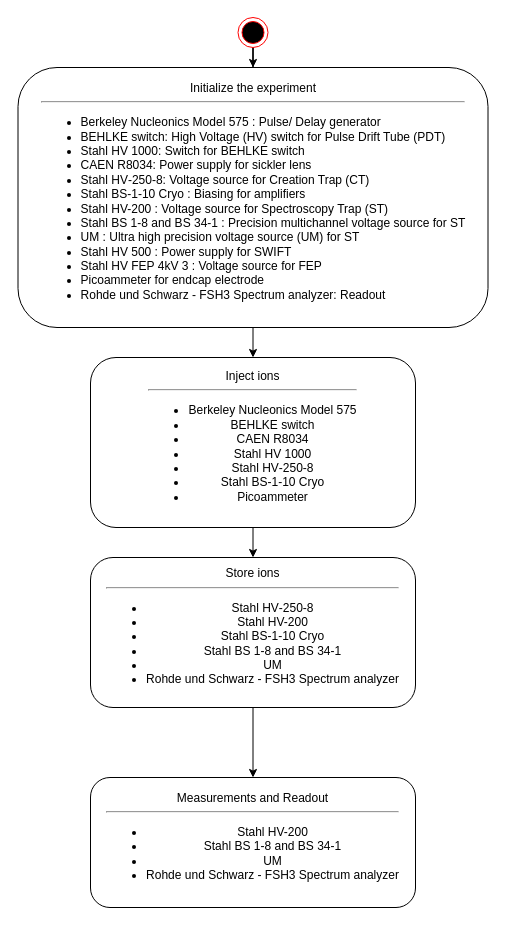
This is flowchart_main.drawio from admin-ARTEMIS/ARTEMIS, a draw.io file, before an edit. Source tidied: cells renumbered, new cells numbered last; positions are measured from the earlier drawing's top-left corner, leaving out a move shared by most shapes. Both pictures are drawn from the tidied source at 100%, with x=0, y=0 at pixel (17, 17).
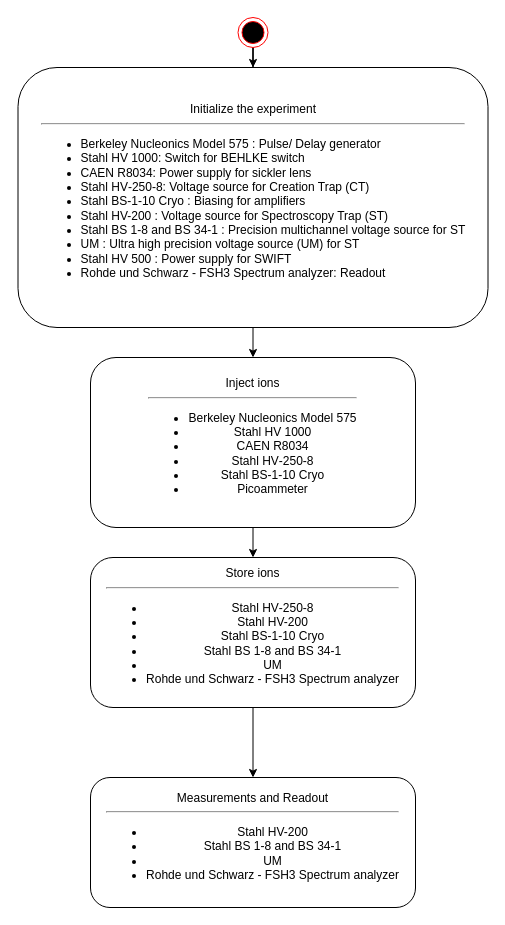
The same diagram, later.

Commit message:
removed the devices not at gsi currently (BEHLKE switch)

The edit, as a diff of the source:
```diff
@@
 <mxGraphModel>
   <root>
     <mxCell id="0" />
     <mxCell id="1" parent="0" />
     <mxCell id="2" style="edgeStyle=orthogonalEdgeStyle;rounded=0;jettySize=auto;html=1;exitX=0.5;exitY=1;exitDx=0;exitDy=0;entryX=0.5;entryY=0;entryDx=0;entryDy=0;" parent="1" edge="1" source="3" target="7">
       <mxGeometry relative="1" as="geometry" />
     </mxCell>
-    <mxCell id="3" value="&lt;div&gt;Initialize the experiment&lt;/div&gt;&lt;div&gt;&lt;hr&gt;&lt;ul&gt;&lt;li style=&quot;text-align: left;&quot;&gt;&lt;span style=&quot;background-color: transparent;&quot;&gt;Berkeley Nucleonics Model 575 : Pulse/ Delay generator&lt;/span&gt;&lt;/li&gt;&lt;li style=&quot;text-align: left;&quot;&gt;BEHLKE switch: High Voltage (HV) switch for Pulse Drift Tube (PDT)&lt;/li&gt;&lt;li style=&quot;text-align: left;&quot;&gt;&lt;span style=&quot;background-color: transparent;&quot;&gt;Stahl HV 1000:&amp;nbsp;&lt;/span&gt;Switch for BEHLKE switch&lt;/li&gt;&lt;li style=&quot;text-align: left;&quot;&gt;CAEN R8034: Power supply for sickler lens&lt;/li&gt;&lt;li style=&quot;text-align: left;&quot;&gt;&lt;span style=&quot;background-color: transparent; color: light-dark(rgb(0, 0, 0), rgb(255, 255, 255));&quot;&gt;Stahl HV‐250‐8: Voltage source for Creation Trap (CT)&lt;/span&gt;&lt;/li&gt;&lt;li style=&quot;text-align: left;&quot;&gt;Stahl BS-1-10 Cryo :&amp;nbsp;Biasing for amplifiers&lt;/li&gt;&lt;span style=&quot;background-color: transparent;&quot;&gt;&lt;/span&gt;&lt;li style=&quot;text-align: left;&quot;&gt;Stahl HV-200 : Voltage source for Spectroscopy Trap (ST)&lt;/li&gt;&lt;li style=&quot;text-align: left;&quot;&gt;Stahl BS 1-8 and BS 34-1 :&amp;nbsp;Precision multichannel voltage source for ST&lt;/li&gt;&lt;li style=&quot;text-align: left;&quot;&gt;UM : Ultra high precision voltage source (UM) for ST&lt;/li&gt;&lt;li style=&quot;text-align: left;&quot;&gt;Stahl HV 500 :&amp;nbsp;Power supply for SWIFT&lt;/li&gt;&lt;li style=&quot;text-align: left;&quot;&gt;&lt;span style=&quot;background-color: transparent; color: light-dark(rgb(0, 0, 0), rgb(255, 255, 255));&quot;&gt;Stahl HV FEP 4kV 3 :&amp;nbsp;&lt;/span&gt;Voltage source for FEP&lt;/li&gt;&lt;li style=&quot;text-align: left;&quot;&gt;Picoammeter for endcap electrode&lt;/li&gt;&lt;li style=&quot;text-align: left;&quot;&gt;Rohde und Schwarz - FSH3 Spectrum analyzer: Readout&lt;br&gt;&lt;/li&gt;&lt;/ul&gt;&lt;/div&gt;" style="rounded=1;whiteSpace=wrap;html=1;" parent="1" vertex="1">
+    <mxCell id="3" value="&lt;div&gt;Initialize the experiment&lt;/div&gt;&lt;div&gt;&lt;hr&gt;&lt;ul&gt;&lt;li style=&quot;text-align: left;&quot;&gt;&lt;span style=&quot;background-color: transparent;&quot;&gt;Berkeley Nucleonics Model 575 : Pulse/ Delay generator&lt;/span&gt;&lt;/li&gt;&lt;li style=&quot;text-align: left;&quot;&gt;&lt;span style=&quot;background-color: transparent;&quot;&gt;Stahl HV 1000: Switch for BEHLKE switch&lt;/span&gt;&lt;/li&gt;&lt;li style=&quot;text-align: left;&quot;&gt;&lt;span style=&quot;background-color: transparent; color: light-dark(rgb(0, 0, 0), rgb(255, 255, 255));&quot;&gt;CAEN R8034: Power supply for sickler lens&lt;/span&gt;&lt;/li&gt;&lt;li style=&quot;text-align: left;&quot;&gt;&lt;span style=&quot;background-color: transparent; color: light-dark(rgb(0, 0, 0), rgb(255, 255, 255));&quot;&gt;Stahl HV‐250‐8: Voltage source for Creation Trap (CT)&lt;/span&gt;&lt;/li&gt;&lt;li style=&quot;text-align: left;&quot;&gt;Stahl BS-1-10 Cryo :&amp;nbsp;Biasing for amplifiers&lt;/li&gt;&lt;span style=&quot;background-color: transparent;&quot;&gt;&lt;/span&gt;&lt;li style=&quot;text-align: left;&quot;&gt;Stahl HV-200 : Voltage source for Spectroscopy Trap (ST)&lt;/li&gt;&lt;li style=&quot;text-align: left;&quot;&gt;Stahl BS 1-8 and BS 34-1 :&amp;nbsp;Precision multichannel voltage source for ST&lt;/li&gt;&lt;li style=&quot;text-align: left;&quot;&gt;UM : Ultra high precision voltage source (UM) for ST&lt;/li&gt;&lt;li style=&quot;text-align: left;&quot;&gt;Stahl HV 500 :&amp;nbsp;Power supply for SWIFT&lt;/li&gt;&lt;li style=&quot;text-align: left;&quot;&gt;&lt;span style=&quot;background-color: transparent; color: light-dark(rgb(0, 0, 0), rgb(255, 255, 255));&quot;&gt;Rohde und Schwarz - FSH3 Spectrum analyzer: Readout&lt;/span&gt;&lt;/li&gt;&lt;/ul&gt;&lt;/div&gt;" style="rounded=1;whiteSpace=wrap;html=1;" parent="1" vertex="1">
       <mxGeometry x="0.5" y="50" width="470" height="260" as="geometry" />
     </mxCell>
     <mxCell id="4" style="edgeStyle=orthogonalEdgeStyle;rounded=0;jettySize=auto;html=1;" parent="1" edge="1" source="5" target="3">
       <mxGeometry relative="1" as="geometry" />
     </mxCell>
     <mxCell id="5" style="ellipse;html=1;shape=endState;fillColor=#000000;strokeColor=#ff0000;" parent="1" vertex="1">
       <mxGeometry x="220.5" width="30" height="30" as="geometry" />
     </mxCell>
     <mxCell id="6" style="edgeStyle=orthogonalEdgeStyle;rounded=0;jettySize=auto;html=1;exitX=0.5;exitY=1;exitDx=0;exitDy=0;entryX=0.5;entryY=0;entryDx=0;entryDy=0;" parent="1" edge="1" source="7" target="9">
       <mxGeometry relative="1" as="geometry" />
     </mxCell>
-    <mxCell id="7" value="&lt;div&gt;Inject ions&lt;/div&gt;&lt;div&gt;&lt;hr&gt;&lt;div align=&quot;center&quot;&gt;&lt;ul&gt;&lt;li&gt;&lt;span style=&quot;background-color: transparent;&quot;&gt;Berkeley Nucleonics Model 575&lt;/span&gt;&lt;/li&gt;&lt;li&gt;&lt;span style=&quot;background-color: transparent;&quot;&gt;&lt;span style=&quot;text-align: left;&quot;&gt;BEHLKE switch&lt;/span&gt;&lt;/span&gt;&lt;/li&gt;&lt;li&gt;&lt;span style=&quot;background-color: transparent;&quot;&gt;CAEN R8034&lt;/span&gt;&lt;/li&gt;&lt;li&gt;&lt;span style=&quot;text-align: left;&quot;&gt;Stahl HV 1000&lt;/span&gt;&lt;/li&gt;&lt;li&gt;Stahl HV‐250‐8&lt;/li&gt;&lt;li&gt;&lt;span style=&quot;text-align: left;&quot;&gt;Stahl BS-1-10 Cryo&lt;/span&gt;&lt;/li&gt;&lt;li&gt;&lt;span style=&quot;text-align: left;&quot;&gt;Picoammeter&lt;br&gt;&lt;/span&gt;&lt;/li&gt;&lt;/ul&gt;&lt;/div&gt;&lt;/div&gt;" style="rounded=1;whiteSpace=wrap;html=1;" parent="1" vertex="1">
+    <mxCell id="7" value="&lt;div&gt;Inject ions&lt;/div&gt;&lt;div&gt;&lt;hr&gt;&lt;div align=&quot;center&quot;&gt;&lt;ul&gt;&lt;li&gt;&lt;span style=&quot;background-color: transparent;&quot;&gt;Berkeley Nucleonics Model 575&lt;/span&gt;&lt;/li&gt;&lt;li&gt;&lt;span style=&quot;text-align: left;&quot;&gt;Stahl HV 1000&lt;/span&gt;&lt;/li&gt;&lt;li&gt;&lt;span style=&quot;background-color: transparent; color: light-dark(rgb(0, 0, 0), rgb(255, 255, 255));&quot;&gt;CAEN R8034&lt;/span&gt;&lt;/li&gt;&lt;li&gt;&lt;span style=&quot;background-color: transparent; color: light-dark(rgb(0, 0, 0), rgb(255, 255, 255));&quot;&gt;Stahl HV‐250‐8&lt;/span&gt;&lt;/li&gt;&lt;li&gt;&lt;span style=&quot;text-align: left;&quot;&gt;Stahl BS-1-10 Cryo&lt;/span&gt;&lt;/li&gt;&lt;li&gt;&lt;span style=&quot;text-align: left;&quot;&gt;Picoammeter&lt;br&gt;&lt;/span&gt;&lt;/li&gt;&lt;/ul&gt;&lt;/div&gt;&lt;/div&gt;" style="rounded=1;whiteSpace=wrap;html=1;" parent="1" vertex="1">
       <mxGeometry x="73" y="340" width="325" height="170" as="geometry" />
     </mxCell>
     <mxCell id="8" style="edgeStyle=orthogonalEdgeStyle;rounded=0;jettySize=auto;html=1;exitX=0.5;exitY=1;exitDx=0;exitDy=0;entryX=0.5;entryY=0;entryDx=0;entryDy=0;" parent="1" edge="1" source="9" target="10">
       <mxGeometry relative="1" as="geometry" />
     </mxCell>
     <mxCell id="9" value="&lt;div&gt;Store ions&lt;/div&gt;&lt;div&gt;&lt;hr&gt;&lt;div align=&quot;center&quot;&gt;&lt;ul&gt;&lt;li&gt;&lt;span style=&quot;background-color: transparent; color: light-dark(rgb(0, 0, 0), rgb(255, 255, 255));&quot;&gt;&lt;span style=&quot;text-align: left;&quot;&gt;Stahl HV‐250‐8&lt;/span&gt;&lt;/span&gt;&lt;/li&gt;&lt;li&gt;&lt;span style=&quot;background-color: transparent; color: light-dark(rgb(0, 0, 0), rgb(255, 255, 255));&quot;&gt;&lt;span style=&quot;text-align: left;&quot;&gt;Stahl HV-200&lt;/span&gt;&lt;/span&gt;&lt;/li&gt;&lt;li&gt;&lt;span style=&quot;background-color: transparent; color: light-dark(rgb(0, 0, 0), rgb(255, 255, 255));&quot;&gt;Stahl BS-1-10 Cryo&lt;/span&gt;&lt;/li&gt;&lt;li&gt;&lt;span style=&quot;background-color: transparent;&quot;&gt;Stahl BS 1-8 and BS 34-1&lt;/span&gt;&lt;/li&gt;&lt;li&gt;&lt;span style=&quot;background-color: transparent;&quot;&gt;UM&lt;/span&gt;&lt;/li&gt;&lt;li&gt;&lt;span style=&quot;background-color: transparent;&quot;&gt;Rohde und Schwarz - FSH3 Spectrum analyzer&lt;br&gt;&lt;/span&gt;&lt;/li&gt;&lt;/ul&gt;&lt;/div&gt;&lt;/div&gt;" style="rounded=1;whiteSpace=wrap;html=1;" parent="1" vertex="1">
       <mxGeometry x="73" y="540" width="325" height="150" as="geometry" />
     </mxCell>
     <mxCell id="10" value="&lt;div&gt;Measurements and Readout&lt;br&gt;&lt;/div&gt;&lt;div&gt;&lt;hr&gt;&lt;div align=&quot;center&quot;&gt;&lt;ul&gt;&lt;li&gt;&lt;span style=&quot;background-color: transparent; color: light-dark(rgb(0, 0, 0), rgb(255, 255, 255));&quot;&gt;&lt;span style=&quot;text-align: left;&quot;&gt;Stahl HV-200&lt;/span&gt;&lt;/span&gt;&lt;/li&gt;&lt;li&gt;&lt;span style=&quot;text-align: left;&quot;&gt;Stahl BS 1-8 and BS 34-1&lt;/span&gt;&lt;/li&gt;&lt;li&gt;&lt;span style=&quot;text-align: left;&quot;&gt;UM&lt;/span&gt;&lt;/li&gt;&lt;li&gt;&lt;span style=&quot;text-align: left;&quot;&gt;Rohde und Schwarz - FSH3 Spectrum analyzer&lt;br&gt;&lt;/span&gt;&lt;/li&gt;&lt;/ul&gt;&lt;/div&gt;&lt;/div&gt;" style="rounded=1;whiteSpace=wrap;html=1;" parent="1" vertex="1">
       <mxGeometry x="73" y="760" width="325" height="130" as="geometry" />
     </mxCell>
     <mxCell id="11" style="edgeStyle=orthogonalEdgeStyle;rounded=0;orthogonalLoop=1;jettySize=auto;html=1;exitX=0.5;exitY=1;exitDx=0;exitDy=0;" parent="1" edge="1" source="7" target="7">
       <mxGeometry relative="1" as="geometry" />
     </mxCell>
     <mxCell id="12" style="edgeStyle=orthogonalEdgeStyle;rounded=0;orthogonalLoop=1;jettySize=auto;html=1;exitX=0.5;exitY=1;exitDx=0;exitDy=0;" parent="1" edge="1" source="7" target="7">
       <mxGeometry relative="1" as="geometry" />
     </mxCell>
   </root>
 </mxGraphModel>
```
